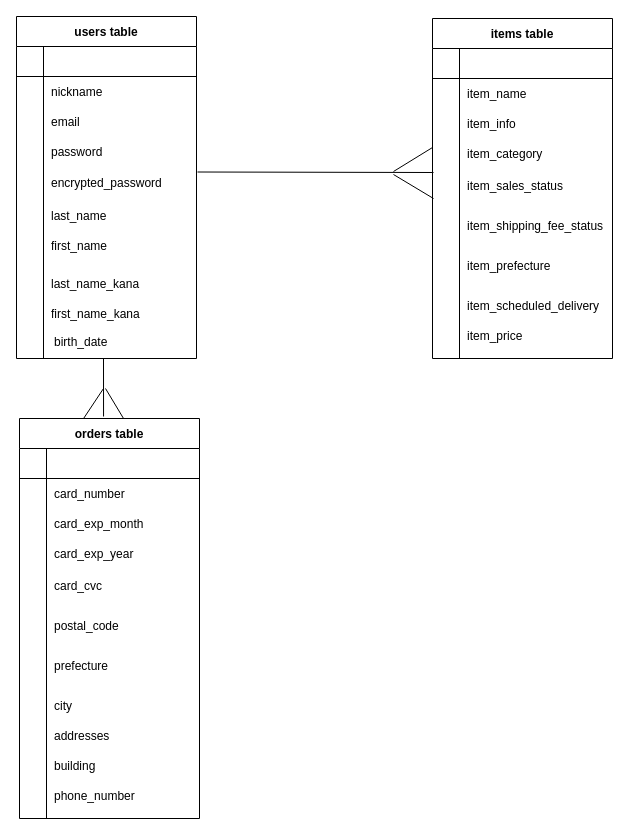
This is ER_furima.dio from kijiyaippei/furima-37545, a draw.io file, before an edit. Source tidied: cells renumbered, new cells numbered last; positions are measured from the earlier drawing's top-left corner, leaving out a move shared by most shapes. Both pictures are drawn from the tidied source at 100%, with x=0, y=0 at pixel (16, 16).
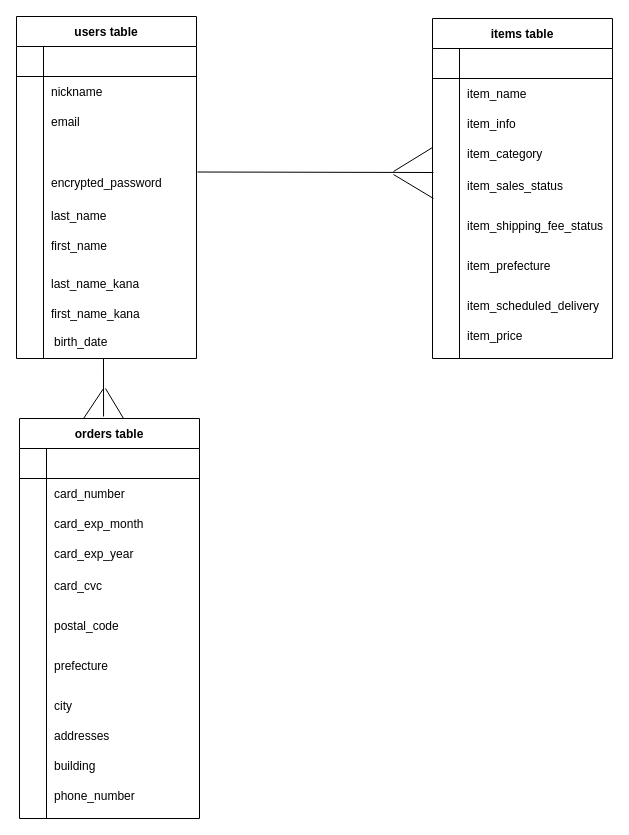
After the change.

Commit message (it also covers changes not shown here):
データベース設計6/17

Unchanged cells that the change refers to:
```xml
<mxCell id="12" style="shape=partialRectangle;fillColor=none;top=0;left=0;bottom=0;right=0;" parent="2" vertex="1">
  <mxGeometry y="120" width="180" height="30" as="geometry" />
</mxCell>
```

The edit, as a diff of the source:
```diff
@@
-    <mxCell id="14" value="password" style="shape=partialRectangle;fillColor=none;top=0;left=0;bottom=0;right=0;align=left;spacingLeft=6;overflow=hidden;" parent="12" vertex="1">
+    <mxCell id="14" style="shape=partialRectangle;fillColor=none;top=0;left=0;bottom=0;right=0;align=left;spacingLeft=6;overflow=hidden;" parent="12" vertex="1">
       <mxGeometry x="27" width="153" height="30" as="geometry" />
     </mxCell>
```
